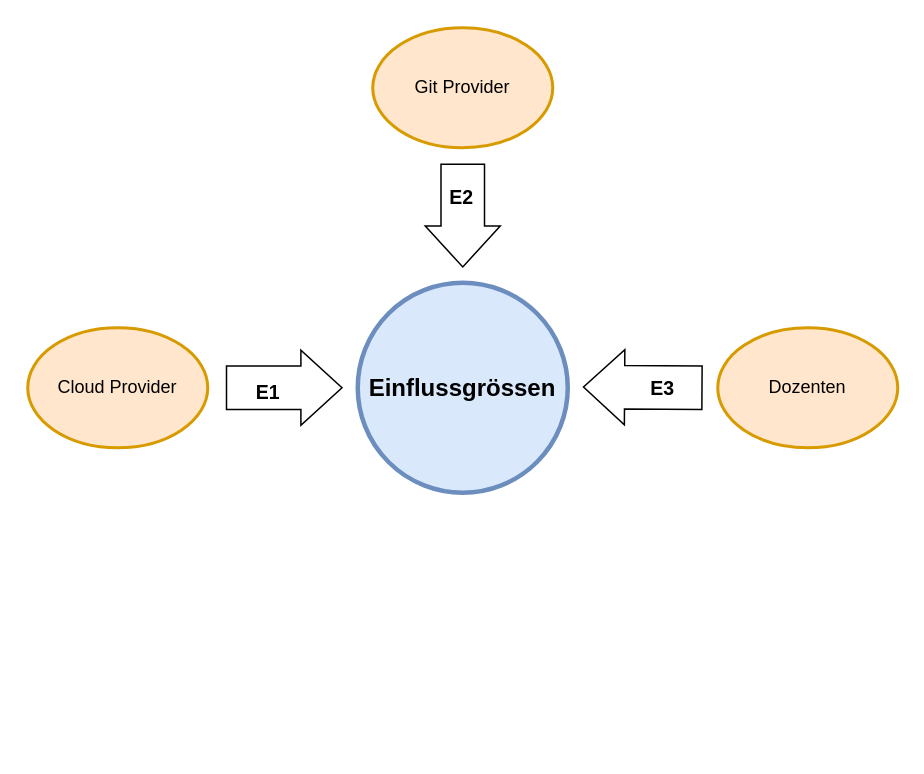
The draw.io diagram bilder/Einflussgroessen.drawio in blro-ep/ITCNE23-SEM-III, before the edit. Source tidied: cells renumbered, new cells numbered last; positions are measured from the earlier drawing's top-left corner, leaving out a move shared by most shapes. Both pictures are drawn from the tidied source at 150%, with x=0, y=0 at pixel (27, 27).
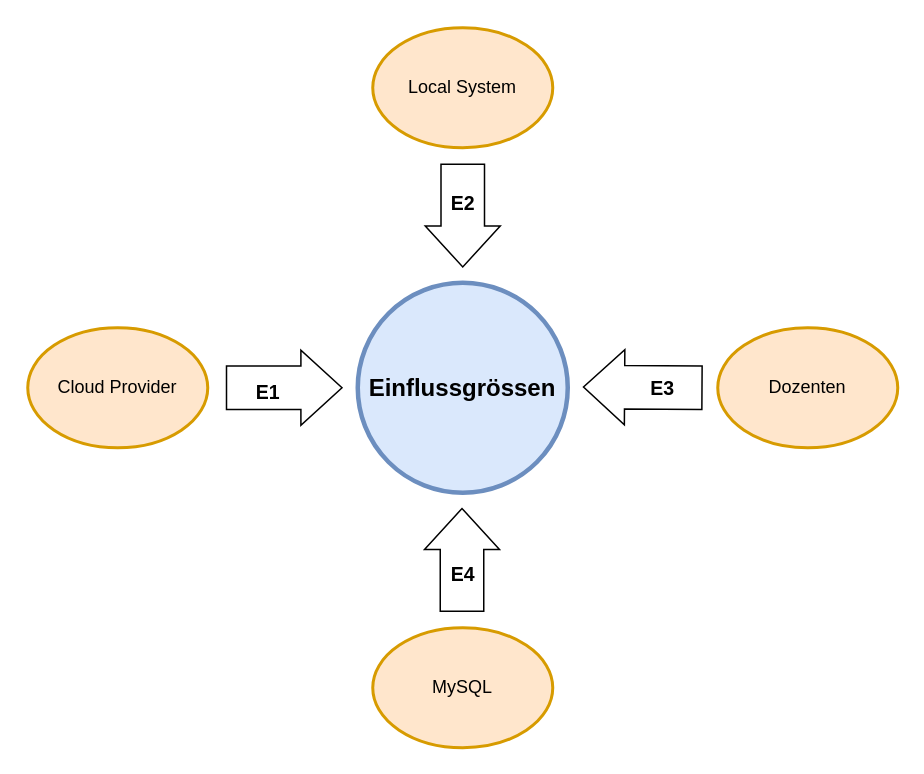
After the change.

Unchanged cells that the change refers to:
```xml
<mxCell id="7" style="shape=flexArrow;endArrow=classic;html=1;rounded=0;width=29;endSize=8.8;shadow=0;fillColor=none;" parent="1" edge="1">
  <mxGeometry relative="1" as="geometry">
    <mxPoint x="290" y="90.5" as="sourcePoint" />
    <mxPoint x="290" y="160" as="targetPoint" />
  </mxGeometry>
</mxCell>
```

Change to the diagram source:
```diff
@@
-    <mxCell id="6" value="Git Provider" style="ellipse;whiteSpace=wrap;html=1;fillColor=#ffe6cc;strokeColor=#d79b00;strokeWidth=2;" parent="1" vertex="1">
+    <mxCell id="6" value="Local System" style="ellipse;whiteSpace=wrap;html=1;fillColor=#ffe6cc;strokeColor=#d79b00;strokeWidth=2;" parent="1" vertex="1">
       <mxGeometry x="230" width="120" height="80" as="geometry" />
     </mxCell>
@@
     <mxCell id="8" value="E2" style="edgeLabel;html=1;align=center;verticalAlign=middle;fontSize=13;fontStyle=1;" parent="7" vertex="1">
       <mxGeometry x="-0.3" y="-4" relative="1" as="geometry">
-        <mxPoint x="2" y="-2" as="offset" />
+        <mxPoint x="3" y="2" as="offset" />
       </mxGeometry>
     </mxCell>
@@
+    <mxCell id="12" value="MySQL" style="ellipse;whiteSpace=wrap;html=1;fillColor=#ffe6cc;strokeColor=#d79b00;strokeWidth=2;" parent="1" vertex="1">
+      <mxGeometry x="230" y="400" width="120" height="80" as="geometry" />
+    </mxCell>
+    <mxCell id="13" style="shape=flexArrow;endArrow=classic;html=1;rounded=0;width=29;endSize=8.8;shadow=0;fillColor=none;" parent="1" edge="1">
+      <mxGeometry relative="1" as="geometry">
+        <mxPoint x="289.5" y="389.5" as="sourcePoint" />
+        <mxPoint x="289.5" y="320" as="targetPoint" />
+      </mxGeometry>
+    </mxCell>
+    <mxCell id="14" value="E4" style="edgeLabel;html=1;align=center;verticalAlign=middle;fontSize=13;fontStyle=1;" parent="13" vertex="1">
+      <mxGeometry x="-0.3" y="-4" relative="1" as="geometry">
+        <mxPoint x="-4" y="-2" as="offset" />
+      </mxGeometry>
+    </mxCell>
```
